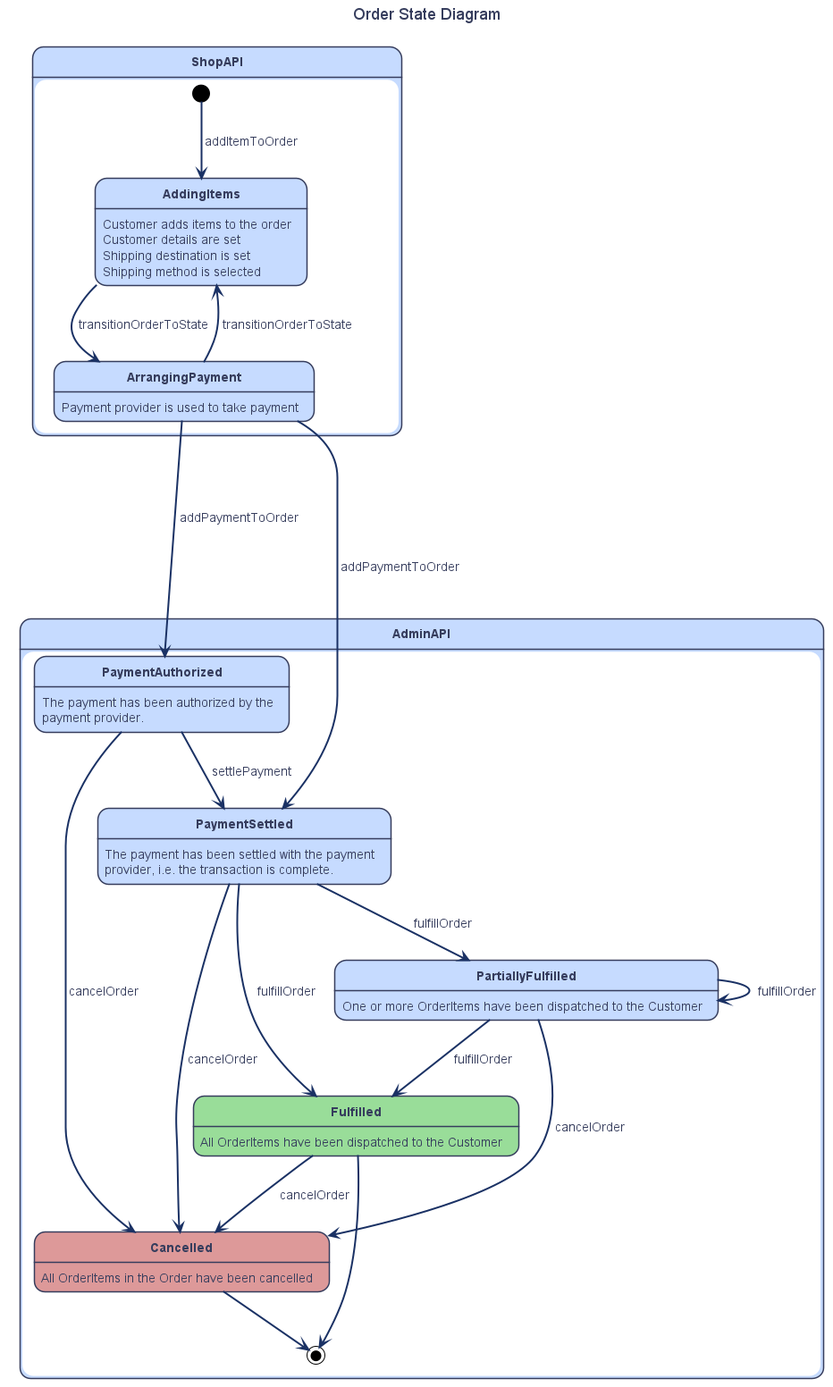
Earlier version of the PlantUML export docs/content/docs/storefront/order-workflow/order_state_diagram.png (intelligo-mn/intelligo.store). Source of this version:
```plantuml
@startuml

skinparam Shadowing false
skinparam backgroundColor #fff
skinparam ComponentStyle uml2
skinparam TitleFontSize 18
skinparam Padding 3

skinparam Default {
  FontName  'Impact'
  FontColor #363D5D
  FontSize  14
  FontStyle plain
}

skinparam Class {
  BackgroundColor #c6dbff
  BorderColor #363D5D
}

skinparam Component {
  ArrowColor #1a3164
  BorderColor #363D5D
  BackgroundColor #b9cefc
}

skinparam Note {
  ArrowThickness 2
  ArrowColor #1a3164
  ActorBorderThickness 1
  LifeLineBorderColor #66aa66
  BorderColor #666666
  BackgroundColor #eeeeee
}

skinparam Interface {
  BorderColor #363D5D
  BackgroundColor #4067af
}

skinparam Activity {
  FontColor white
  AttributeFontColor white
  BackgroundColor #4067af
  BorderColor #363D5D
  ArrowColor #222266
}

skinparam ActivityDiamond {
  BackgroundColor #c6dbff
  BorderColor #363D5D
  FontColor #363D5D
}

skinparam Sequence {
  ArrowThickness 2
  ArrowColor #1a3164
  ActorBorderThickness 1
  LifeLineBorderColor #66aa66
  ParticipantBorderThickness 0
  BorderColor #e58e26
  BackgroundColor #b9cefc
}

skinparam State {
  FontStyle bold
  BackgroundColor #c6dbff
  BorderColor #363D5D
}

skinparam Participant {
  BackgroundColor #363D5D
  BorderColor #e58e26
  FontColor #FFFFFF
}

skinparam Actor {
  BackgroundColor #363D5D
  BorderColor #363D5D
}
title Order State Diagram

state ShopAPI {
    [*] --> AddingItems: addItemToOrder
    state AddingItems {
        AddingItems: Customer adds items to the order
        AddingItems: Customer details are set
        AddingItems: Shipping destination is set
        AddingItems: Shipping method is selected
    }

    state ArrangingPayment {
        ArrangingPayment: Payment provider is used to take payment
    }
}

state AdminAPI {
    state PaymentAuthorized {
        PaymentAuthorized: The payment has been authorized by the
        PaymentAuthorized: payment provider.
    }

    state PaymentSettled {
        PaymentSettled: The payment has been settled with the payment
        PaymentSettled: provider, i.e. the transaction is complete.
    }

    state PartiallyFulfilled {
        PartiallyFulfilled: One or more OrderItems have been dispatched to the Customer
    }

    state Fulfilled #9d9 {
        Fulfilled: All OrderItems have been dispatched to the Customer
    }


    state Cancelled #d99 {
        Cancelled: All OrderItems in the Order have been cancelled
    }
    Cancelled --> [*]

    Fulfilled --> [*]
}


AddingItems --> ArrangingPayment: transitionOrderToState
ArrangingPayment --> AddingItems: transitionOrderToState
ArrangingPayment --> PaymentAuthorized: addPaymentToOrder
ArrangingPayment -----> PaymentSettled: addPaymentToOrder
PaymentAuthorized --> PaymentSettled: settlePayment
PaymentSettled --> Fulfilled: fulfillOrder
PaymentSettled --> PartiallyFulfilled: fulfillOrder
PartiallyFulfilled --> PartiallyFulfilled: fulfillOrder
PartiallyFulfilled --> Fulfilled: fulfillOrder

PaymentAuthorized --> Cancelled: cancelOrder
PaymentSettled --> Cancelled: cancelOrder
PartiallyFulfilled --> Cancelled: cancelOrder
Fulfilled --> Cancelled: cancelOrder



@enduml
```
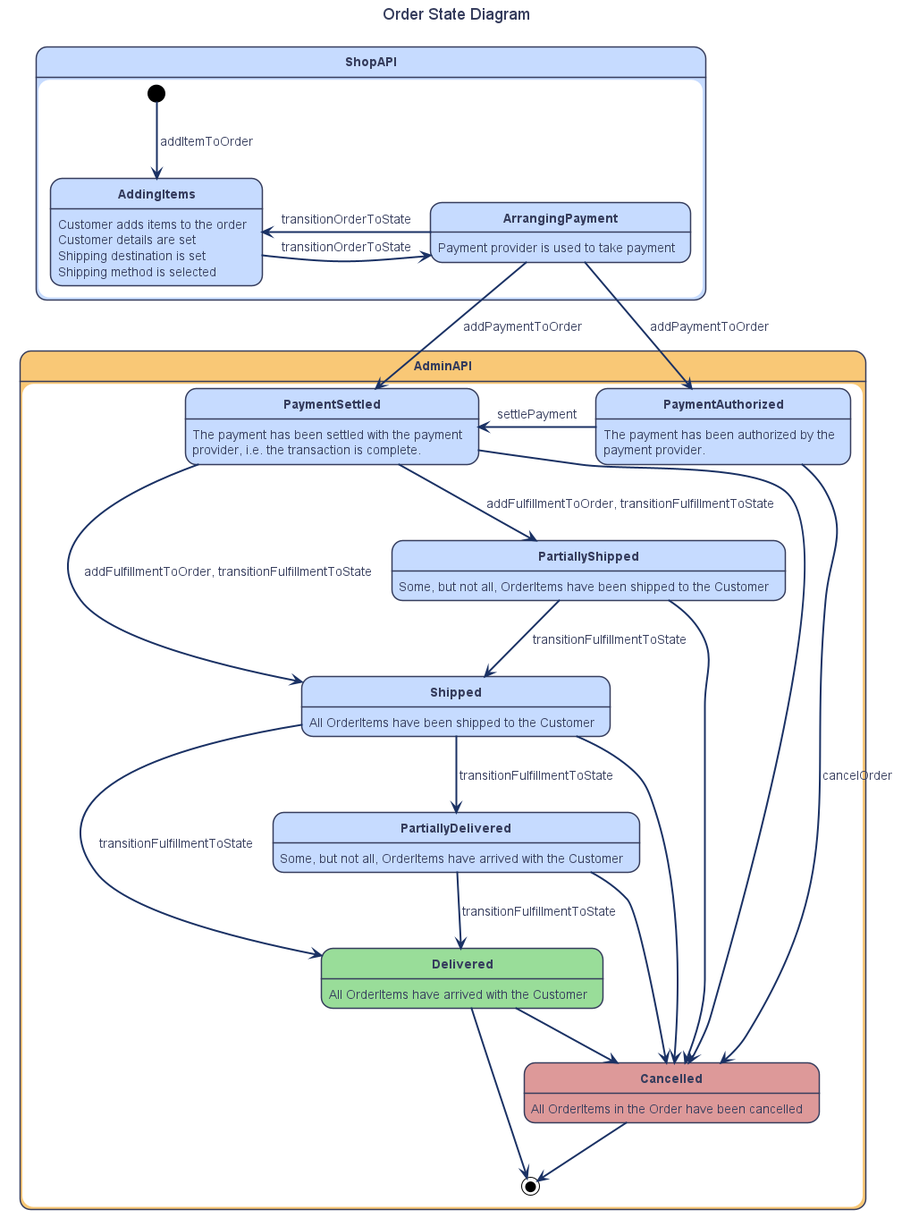
After the change.

Commit message:
fix(docs): Update order state diagram

What changed in the source:
```diff
@@ -94,7 +94,7 @@
     }
 }
 
-state AdminAPI {
+state AdminAPI #f9c876 {
     state PaymentAuthorized {
         PaymentAuthorized: The payment has been authorized by the
         PaymentAuthorized: payment provider.
@@ -105,12 +105,20 @@
         PaymentSettled: provider, i.e. the transaction is complete.
     }
 
-    state PartiallyFulfilled {
-        PartiallyFulfilled: One or more OrderItems have been dispatched to the Customer
+    state PartiallyShipped {
+        PartiallyShipped: Some, but not all, OrderItems have been shipped to the Customer
     }
 
-    state Fulfilled #9d9 {
-        Fulfilled: All OrderItems have been dispatched to the Customer
+    state Shipped {
+        Shipped: All OrderItems have been shipped to the Customer
+    }
+
+    state PartiallyDelivered {
+        PartiallyDelivered: Some, but not all, OrderItems have arrived with the Customer
+    }
+
+    state Delivered #9d9 {
+        Delivered: All OrderItems have arrived with the Customer
     }
 
 
@@ -119,24 +127,28 @@
     }
     Cancelled --> [*]
 
-    Fulfilled --> [*]
+    Delivered --> [*]
 }
 
 
-AddingItems --> ArrangingPayment: transitionOrderToState
-ArrangingPayment --> AddingItems: transitionOrderToState
-ArrangingPayment --> PaymentAuthorized: addPaymentToOrder
-ArrangingPayment -----> PaymentSettled: addPaymentToOrder
-PaymentAuthorized --> PaymentSettled: settlePayment
-PaymentSettled --> Fulfilled: fulfillOrder
-PaymentSettled --> PartiallyFulfilled: fulfillOrder
-PartiallyFulfilled --> PartiallyFulfilled: fulfillOrder
-PartiallyFulfilled --> Fulfilled: fulfillOrder
+AddingItems -> ArrangingPayment: transitionOrderToState
+ArrangingPayment -> AddingItems: transitionOrderToState
+ArrangingPayment -> PaymentAuthorized: addPaymentToOrder
+ArrangingPayment --> PaymentSettled: addPaymentToOrder
+PaymentAuthorized -> PaymentSettled: settlePayment
+PaymentSettled -> Shipped: addFulfillmentToOrder, transitionFulfillmentToState
+PaymentSettled --> PartiallyShipped: addFulfillmentToOrder, transitionFulfillmentToState
+Shipped --> PartiallyDelivered: transitionFulfillmentToState
+Shipped -> Delivered: transitionFulfillmentToState
+PartiallyShipped --> Shipped: transitionFulfillmentToState
+PartiallyDelivered --> Delivered: transitionFulfillmentToState
 
 PaymentAuthorized --> Cancelled: cancelOrder
-PaymentSettled --> Cancelled: cancelOrder
-PartiallyFulfilled --> Cancelled: cancelOrder
-Fulfilled --> Cancelled: cancelOrder
+PaymentSettled --> Cancelled
+Shipped --> Cancelled
+PartiallyShipped --> Cancelled
+PartiallyDelivered --> Cancelled
+Delivered --> Cancelled
 
 
 
```
